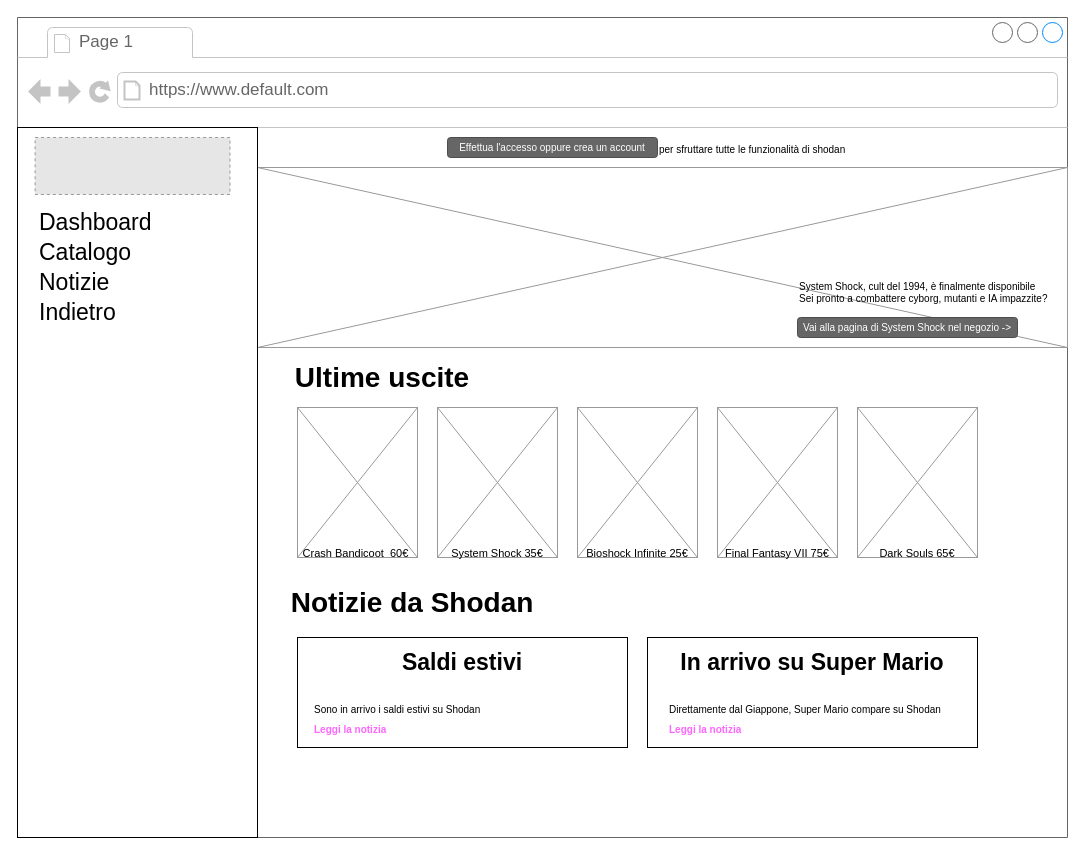
is-shodan-20-21/docs keeps this draw.io diagram as 2021-11-11/Schemi/Mockups/home_page_mockup.drawio. Above is the earlier version. Source tidied: cells renumbered, new cells numbered last; positions are measured from the earlier drawing's top-left corner, leaving out a move shared by most shapes. Both pictures are drawn from the tidied source at 100%, with x=0, y=0 at pixel (17, 17). Pictures stored in the file or linked from it are replaced by grey dashed boxes.
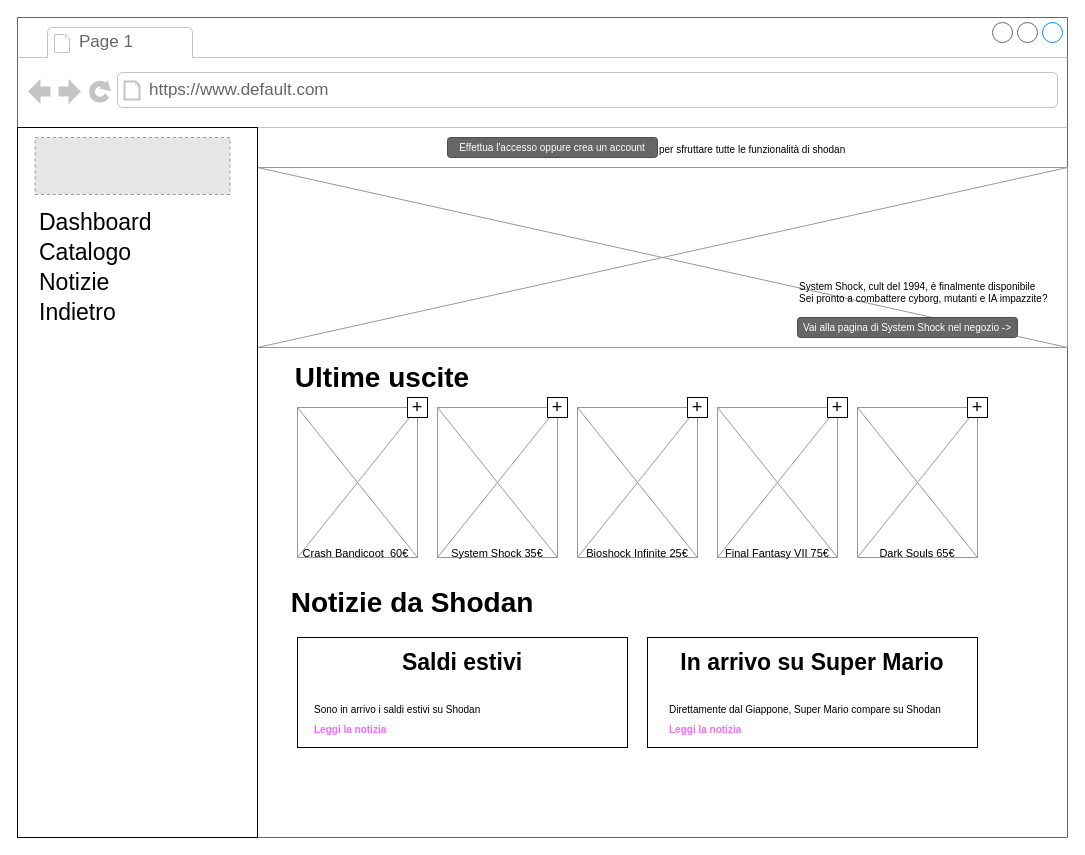
The same diagram, later.

The change refers to these unchanged cells:
```xml
<mxCell id="2" style="strokeWidth=1;shadow=0;dashed=0;align=center;html=1;shape=mxgraph.mockup.containers.browserWindow;rSize=0;strokeColor=#666666;mainText=,;rounded=0;labelBackgroundColor=none;fontFamily=Verdana;fontSize=12;" parent="1" vertex="1">
  <mxGeometry width="1050" height="820" as="geometry" />
</mxCell>
```

What changed in the source:
```diff
@@
+    <mxCell id="36" value="&lt;font style=&quot;font-size: 18px&quot;&gt;+&lt;/font&gt;" style="rounded=0;whiteSpace=wrap;html=1;fontSize=15;" parent="2" vertex="1">
+      <mxGeometry x="530" y="380" width="20" height="20" as="geometry" />
+    </mxCell>
+    <mxCell id="37" value="&lt;font style=&quot;font-size: 18px&quot;&gt;+&lt;/font&gt;" style="rounded=0;whiteSpace=wrap;html=1;fontSize=15;" parent="2" vertex="1">
+      <mxGeometry x="670" y="380" width="20" height="20" as="geometry" />
+    </mxCell>
+    <mxCell id="38" value="&lt;font style=&quot;font-size: 18px&quot;&gt;+&lt;/font&gt;" style="rounded=0;whiteSpace=wrap;html=1;fontSize=15;" parent="2" vertex="1">
+      <mxGeometry x="810" y="380" width="20" height="20" as="geometry" />
+    </mxCell>
+    <mxCell id="39" value="&lt;font style=&quot;font-size: 18px&quot;&gt;+&lt;/font&gt;" style="rounded=0;whiteSpace=wrap;html=1;fontSize=15;" parent="2" vertex="1">
+      <mxGeometry x="950" y="380" width="20" height="20" as="geometry" />
+    </mxCell>
+    <mxCell id="40" value="&lt;font style=&quot;font-size: 18px&quot;&gt;+&lt;/font&gt;" style="rounded=0;whiteSpace=wrap;html=1;fontSize=15;" parent="1" vertex="1">
+      <mxGeometry x="390" y="380" width="20" height="20" as="geometry" />
+    </mxCell>
```
